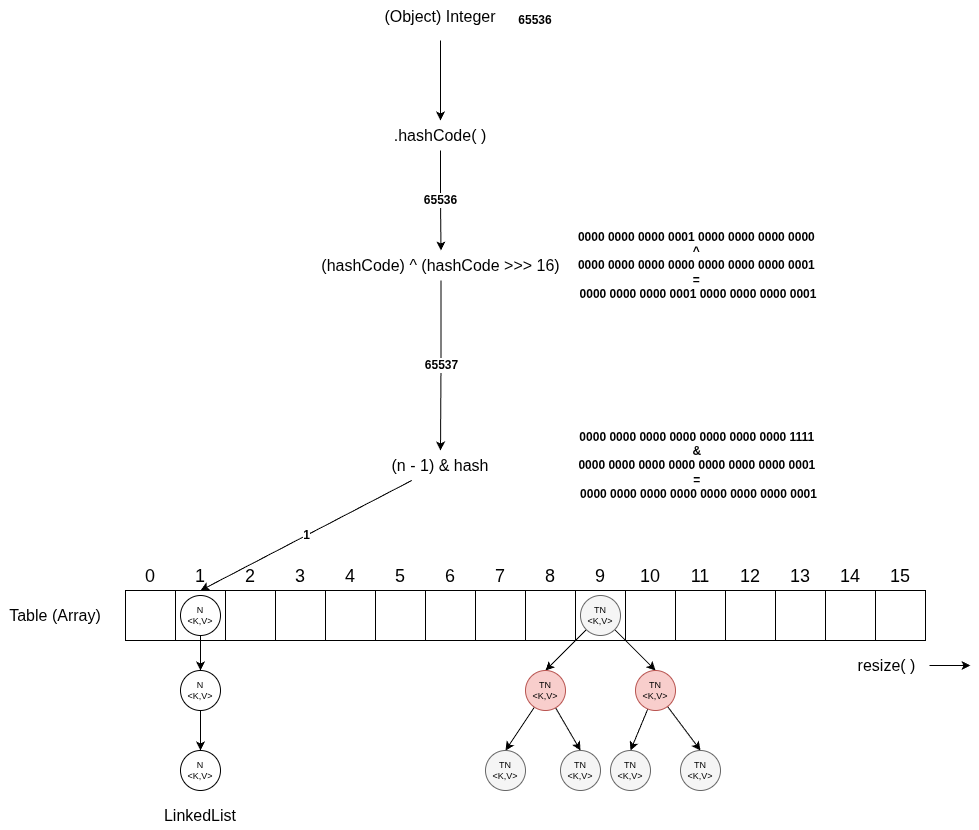
seiichi1101/zenn-content keeps this draw.io diagram as images/kotlin-hashmap/hashmap.png. Above is the earlier version. Source tidied: cells renumbered, new cells last; positions are measured from the earlier drawing's top-left corner, leaving out a move shared by most shapes. The source it was exported from:
```xml
<mxGraphModel>
  <root>
    <mxCell id="0" />
    <mxCell id="1" parent="0" />
    <mxCell id="2" value="0" style="rounded=0;whiteSpace=wrap;html=1;labelPosition=center;verticalLabelPosition=top;align=center;verticalAlign=bottom;fontSize=18;" parent="1" vertex="1">
      <mxGeometry x="125" y="590" width="50" height="50" as="geometry" />
    </mxCell>
    <mxCell id="3" value="1" style="rounded=0;whiteSpace=wrap;html=1;labelPosition=center;verticalLabelPosition=top;align=center;verticalAlign=bottom;fontSize=18;" parent="1" vertex="1">
      <mxGeometry x="175" y="590" width="50" height="50" as="geometry" />
    </mxCell>
    <mxCell id="4" value="2" style="rounded=0;whiteSpace=wrap;html=1;labelPosition=center;verticalLabelPosition=top;align=center;verticalAlign=bottom;fontSize=18;" parent="1" vertex="1">
      <mxGeometry x="225" y="590" width="50" height="50" as="geometry" />
    </mxCell>
    <mxCell id="5" value="3" style="rounded=0;whiteSpace=wrap;html=1;labelPosition=center;verticalLabelPosition=top;align=center;verticalAlign=bottom;fontSize=18;" parent="1" vertex="1">
      <mxGeometry x="275" y="590" width="50" height="50" as="geometry" />
    </mxCell>
    <mxCell id="6" value="4" style="rounded=0;whiteSpace=wrap;html=1;labelPosition=center;verticalLabelPosition=top;align=center;verticalAlign=bottom;fontSize=18;" parent="1" vertex="1">
      <mxGeometry x="325" y="590" width="50" height="50" as="geometry" />
    </mxCell>
    <mxCell id="7" value="5" style="rounded=0;whiteSpace=wrap;html=1;labelPosition=center;verticalLabelPosition=top;align=center;verticalAlign=bottom;fontSize=18;" parent="1" vertex="1">
      <mxGeometry x="375" y="590" width="50" height="50" as="geometry" />
    </mxCell>
    <mxCell id="8" value="6" style="rounded=0;whiteSpace=wrap;html=1;labelPosition=center;verticalLabelPosition=top;align=center;verticalAlign=bottom;fontSize=18;" parent="1" vertex="1">
      <mxGeometry x="425" y="590" width="50" height="50" as="geometry" />
    </mxCell>
    <mxCell id="9" value="7" style="rounded=0;whiteSpace=wrap;html=1;labelPosition=center;verticalLabelPosition=top;align=center;verticalAlign=bottom;fontSize=18;" parent="1" vertex="1">
      <mxGeometry x="475" y="590" width="50" height="50" as="geometry" />
    </mxCell>
    <mxCell id="10" value="8" style="rounded=0;whiteSpace=wrap;html=1;labelPosition=center;verticalLabelPosition=top;align=center;verticalAlign=bottom;fontSize=18;" parent="1" vertex="1">
      <mxGeometry x="525" y="590" width="50" height="50" as="geometry" />
    </mxCell>
    <mxCell id="11" value="9" style="rounded=0;whiteSpace=wrap;html=1;labelPosition=center;verticalLabelPosition=top;align=center;verticalAlign=bottom;fontSize=18;" parent="1" vertex="1">
      <mxGeometry x="575" y="590" width="50" height="50" as="geometry" />
    </mxCell>
    <mxCell id="12" value="10" style="rounded=0;whiteSpace=wrap;html=1;labelPosition=center;verticalLabelPosition=top;align=center;verticalAlign=bottom;fontSize=18;" parent="1" vertex="1">
      <mxGeometry x="625" y="590" width="50" height="50" as="geometry" />
    </mxCell>
    <mxCell id="13" value="11" style="rounded=0;whiteSpace=wrap;html=1;labelPosition=center;verticalLabelPosition=top;align=center;verticalAlign=bottom;fontSize=18;" parent="1" vertex="1">
      <mxGeometry x="675" y="590" width="50" height="50" as="geometry" />
    </mxCell>
    <mxCell id="14" value="12" style="rounded=0;whiteSpace=wrap;html=1;labelPosition=center;verticalLabelPosition=top;align=center;verticalAlign=bottom;fontSize=18;" parent="1" vertex="1">
      <mxGeometry x="725" y="590" width="50" height="50" as="geometry" />
    </mxCell>
    <mxCell id="15" value="13" style="rounded=0;whiteSpace=wrap;html=1;labelPosition=center;verticalLabelPosition=top;align=center;verticalAlign=bottom;fontSize=18;" parent="1" vertex="1">
      <mxGeometry x="775" y="590" width="50" height="50" as="geometry" />
    </mxCell>
    <mxCell id="16" value="14" style="rounded=0;whiteSpace=wrap;html=1;labelPosition=center;verticalLabelPosition=top;align=center;verticalAlign=bottom;fontSize=18;" parent="1" vertex="1">
      <mxGeometry x="825" y="590" width="50" height="50" as="geometry" />
    </mxCell>
    <mxCell id="17" value="15" style="rounded=0;whiteSpace=wrap;html=1;labelPosition=center;verticalLabelPosition=top;align=center;verticalAlign=bottom;fontSize=18;" parent="1" vertex="1">
      <mxGeometry x="875" y="590" width="50" height="50" as="geometry" />
    </mxCell>
    <mxCell id="18" value="Table (Array)" style="text;html=1;whiteSpace=wrap;strokeColor=none;fillColor=none;align=center;verticalAlign=middle;rounded=0;fontSize=16;" parent="1" vertex="1">
      <mxGeometry y="600" width="110" height="30" as="geometry" />
    </mxCell>
    <mxCell id="19" style="edgeStyle=orthogonalEdgeStyle;rounded=0;jettySize=auto;html=1;entryX=0.5;entryY=0;entryDx=0;entryDy=0;" parent="1" edge="1" source="20" target="32">
      <mxGeometry relative="1" as="geometry" />
    </mxCell>
    <mxCell id="20" value="&lt;div&gt;&lt;span style=&quot;background-color: transparent; color: light-dark(rgb(0, 0, 0), rgb(255, 255, 255));&quot;&gt;N&lt;br&gt;&amp;lt;K,V&amp;gt;&lt;/span&gt;&lt;/div&gt;" style="ellipse;whiteSpace=wrap;html=1;fontSize=9;" parent="1" vertex="1">
      <mxGeometry x="180" y="595" width="40" height="40" as="geometry" />
    </mxCell>
    <mxCell id="21" value="65536" style="edgeStyle=orthogonalEdgeStyle;rounded=0;jettySize=auto;html=1;entryX=0.5;entryY=0;entryDx=0;entryDy=0;fontSize=12;fontStyle=1;" parent="1" edge="1" source="22" target="30">
      <mxGeometry relative="1" as="geometry" />
    </mxCell>
    <mxCell id="22" value=".hashCode( )" style="text;html=1;whiteSpace=wrap;strokeColor=none;fillColor=none;align=center;verticalAlign=middle;rounded=0;fontSize=16;" parent="1" vertex="1">
      <mxGeometry x="335" y="120" width="210" height="30" as="geometry" />
    </mxCell>
    <mxCell id="23" style="edgeStyle=orthogonalEdgeStyle;rounded=0;jettySize=auto;html=1;" parent="1" edge="1" source="24">
      <mxGeometry relative="1" as="geometry">
        <mxPoint x="970" y="665" as="targetPoint" />
      </mxGeometry>
    </mxCell>
    <mxCell id="24" value="resize( )" style="text;html=1;whiteSpace=wrap;strokeColor=none;fillColor=none;align=center;verticalAlign=middle;rounded=0;fontSize=16;" parent="1" vertex="1">
      <mxGeometry x="844" y="650" width="85" height="30" as="geometry" />
    </mxCell>
    <mxCell id="25" value="1" style="rounded=0;jettySize=auto;html=1;fontSize=12;fontStyle=1;entryX=0.5;entryY=0;entryDx=0;entryDy=0;" parent="1" edge="1" source="26" target="3">
      <mxGeometry relative="1" as="geometry" />
    </mxCell>
    <mxCell id="26" value="(n - 1) &amp;amp; hash" style="text;html=1;whiteSpace=wrap;strokeColor=none;fillColor=none;align=center;verticalAlign=middle;rounded=0;fontSize=16;" parent="1" vertex="1">
      <mxGeometry x="335" y="450" width="210" height="30" as="geometry" />
    </mxCell>
    <mxCell id="27" style="edgeStyle=orthogonalEdgeStyle;rounded=0;jettySize=auto;html=1;entryX=0.5;entryY=0;entryDx=0;entryDy=0;" parent="1" edge="1" source="28" target="22">
      <mxGeometry relative="1" as="geometry" />
    </mxCell>
    <mxCell id="28" value="&lt;span style=&quot;font-family: Helvetica; font-size: 16px; font-style: normal; font-variant-ligatures: normal; font-variant-caps: normal; font-weight: 400; letter-spacing: normal; orphans: 2; text-indent: 0px; text-transform: none; widows: 2; word-spacing: 0px; -webkit-text-stroke-width: 0px; white-space: normal; text-decoration-thickness: initial; text-decoration-style: initial; text-decoration-color: initial; float: none; display: inline !important;&quot;&gt;&lt;font style=&quot;color: rgb(0, 0, 0);&quot;&gt;(Object) Integer&lt;/font&gt;&lt;/span&gt;" style="text;whiteSpace=wrap;html=1;align=center;" parent="1" vertex="1">
      <mxGeometry x="320" width="240" height="40" as="geometry" />
    </mxCell>
    <mxCell id="29" value="65537" style="edgeStyle=orthogonalEdgeStyle;rounded=0;jettySize=auto;html=1;entryX=0.5;entryY=0;entryDx=0;entryDy=0;fontSize=12;fontStyle=1;" parent="1" edge="1" source="30" target="26">
      <mxGeometry relative="1" as="geometry" />
    </mxCell>
    <mxCell id="30" value="(hashCode) ^ (hashCode &amp;gt;&amp;gt;&amp;gt; 16)" style="text;html=1;whiteSpace=wrap;strokeColor=none;fillColor=none;align=center;verticalAlign=middle;rounded=0;fontSize=16;" parent="1" vertex="1">
      <mxGeometry x="308" y="250" width="265" height="30" as="geometry" />
    </mxCell>
    <mxCell id="31" style="edgeStyle=orthogonalEdgeStyle;rounded=0;jettySize=auto;html=1;entryX=0.5;entryY=0;entryDx=0;entryDy=0;" parent="1" edge="1" source="32" target="33">
      <mxGeometry relative="1" as="geometry" />
    </mxCell>
    <mxCell id="32" value="&lt;div&gt;&lt;span style=&quot;background-color: transparent; color: light-dark(rgb(0, 0, 0), rgb(255, 255, 255));&quot;&gt;N&lt;br&gt;&amp;lt;K,V&amp;gt;&lt;/span&gt;&lt;/div&gt;" style="ellipse;whiteSpace=wrap;html=1;fontSize=9;" parent="1" vertex="1">
      <mxGeometry x="180" y="670" width="40" height="40" as="geometry" />
    </mxCell>
    <mxCell id="33" value="&lt;div&gt;&lt;span style=&quot;background-color: transparent; color: light-dark(rgb(0, 0, 0), rgb(255, 255, 255));&quot;&gt;N&lt;br&gt;&amp;lt;K,V&amp;gt;&lt;/span&gt;&lt;/div&gt;" style="ellipse;whiteSpace=wrap;html=1;fontSize=9;" parent="1" vertex="1">
      <mxGeometry x="180" y="750" width="40" height="40" as="geometry" />
    </mxCell>
    <mxCell id="34" value="LinkedList" style="text;html=1;whiteSpace=wrap;strokeColor=none;fillColor=none;align=center;verticalAlign=middle;rounded=0;fontSize=16;" parent="1" vertex="1">
      <mxGeometry x="145" y="800" width="110" height="30" as="geometry" />
    </mxCell>
    <mxCell id="35" style="rounded=0;jettySize=auto;html=1;entryX=0.5;entryY=0;entryDx=0;entryDy=0;" parent="1" edge="1" source="37" target="40">
      <mxGeometry relative="1" as="geometry" />
    </mxCell>
    <mxCell id="36" style="rounded=0;jettySize=auto;html=1;entryX=0.5;entryY=0;entryDx=0;entryDy=0;" parent="1" edge="1" source="37" target="43">
      <mxGeometry relative="1" as="geometry" />
    </mxCell>
    <mxCell id="37" value="&lt;div&gt;&lt;span style=&quot;background-color: transparent; color: light-dark(rgb(0, 0, 0), rgb(255, 255, 255));&quot;&gt;TN&lt;br&gt;&amp;lt;K,V&amp;gt;&lt;/span&gt;&lt;/div&gt;" style="ellipse;whiteSpace=wrap;html=1;fontSize=9;fillColor=#f5f5f5;strokeColor=#666666;fontColor=#333333;" parent="1" vertex="1">
      <mxGeometry x="580" y="595" width="40" height="40" as="geometry" />
    </mxCell>
    <mxCell id="38" style="rounded=0;jettySize=auto;html=1;entryX=0.5;entryY=0;entryDx=0;entryDy=0;" parent="1" edge="1" source="40" target="44">
      <mxGeometry relative="1" as="geometry" />
    </mxCell>
    <mxCell id="39" style="rounded=0;jettySize=auto;html=1;entryX=0.5;entryY=0;entryDx=0;entryDy=0;" parent="1" edge="1" source="40" target="45">
      <mxGeometry relative="1" as="geometry" />
    </mxCell>
    <mxCell id="40" value="&lt;div&gt;&lt;span style=&quot;background-color: transparent; color: light-dark(rgb(0, 0, 0), rgb(255, 255, 255));&quot;&gt;TN&lt;br&gt;&amp;lt;K,V&amp;gt;&lt;/span&gt;&lt;/div&gt;" style="ellipse;whiteSpace=wrap;html=1;fontSize=9;fillColor=#f8cecc;strokeColor=#b85450;" parent="1" vertex="1">
      <mxGeometry x="525" y="670" width="40" height="40" as="geometry" />
    </mxCell>
    <mxCell id="41" style="rounded=0;jettySize=auto;html=1;entryX=0.5;entryY=0;entryDx=0;entryDy=0;" parent="1" edge="1" source="43" target="46">
      <mxGeometry relative="1" as="geometry" />
    </mxCell>
    <mxCell id="42" style="rounded=0;jettySize=auto;html=1;entryX=0.5;entryY=0;entryDx=0;entryDy=0;" parent="1" edge="1" source="43" target="47">
      <mxGeometry relative="1" as="geometry" />
    </mxCell>
    <mxCell id="43" value="&lt;div&gt;&lt;span style=&quot;background-color: transparent; color: light-dark(rgb(0, 0, 0), rgb(255, 255, 255));&quot;&gt;TN&lt;br&gt;&amp;lt;K,V&amp;gt;&lt;/span&gt;&lt;/div&gt;" style="ellipse;whiteSpace=wrap;html=1;fontSize=9;fillColor=#f8cecc;strokeColor=#b85450;" parent="1" vertex="1">
      <mxGeometry x="635" y="670" width="40" height="40" as="geometry" />
    </mxCell>
    <mxCell id="44" value="&lt;div&gt;&lt;span style=&quot;background-color: transparent; color: light-dark(rgb(0, 0, 0), rgb(255, 255, 255));&quot;&gt;TN&lt;br&gt;&amp;lt;K,V&amp;gt;&lt;/span&gt;&lt;/div&gt;" style="ellipse;whiteSpace=wrap;html=1;fontSize=9;fillColor=#f5f5f5;strokeColor=#666666;fontColor=#333333;" parent="1" vertex="1">
      <mxGeometry x="485" y="750" width="40" height="40" as="geometry" />
    </mxCell>
    <mxCell id="45" value="&lt;div&gt;&lt;span style=&quot;background-color: transparent; color: light-dark(rgb(0, 0, 0), rgb(255, 255, 255));&quot;&gt;TN&lt;br&gt;&amp;lt;K,V&amp;gt;&lt;/span&gt;&lt;/div&gt;" style="ellipse;whiteSpace=wrap;html=1;fontSize=9;fillColor=#f5f5f5;strokeColor=#666666;fontColor=#333333;" parent="1" vertex="1">
      <mxGeometry x="560" y="750" width="40" height="40" as="geometry" />
    </mxCell>
    <mxCell id="46" value="&lt;div&gt;&lt;span style=&quot;background-color: transparent; color: light-dark(rgb(0, 0, 0), rgb(255, 255, 255));&quot;&gt;TN&lt;br&gt;&amp;lt;K,V&amp;gt;&lt;/span&gt;&lt;/div&gt;" style="ellipse;whiteSpace=wrap;html=1;fontSize=9;fillColor=#f5f5f5;strokeColor=#666666;fontColor=#333333;" parent="1" vertex="1">
      <mxGeometry x="610" y="750" width="40" height="40" as="geometry" />
    </mxCell>
    <mxCell id="47" value="&lt;div&gt;&lt;span style=&quot;background-color: transparent; color: light-dark(rgb(0, 0, 0), rgb(255, 255, 255));&quot;&gt;TN&lt;br&gt;&amp;lt;K,V&amp;gt;&lt;/span&gt;&lt;/div&gt;" style="ellipse;whiteSpace=wrap;html=1;fontSize=9;fillColor=#f5f5f5;strokeColor=#666666;fontColor=#333333;" parent="1" vertex="1">
      <mxGeometry x="680" y="750" width="40" height="40" as="geometry" />
    </mxCell>
    <mxCell id="48" value="&lt;div&gt;0000 0000 0000 0001 0000 0000 0000 0000&amp;nbsp;&lt;/div&gt;&lt;div&gt;^&amp;nbsp;&lt;/div&gt;&lt;div&gt;0000 0000 0000 0000 0000 0000 0000 0001&amp;nbsp;&lt;/div&gt;&lt;div&gt;=&amp;nbsp;&lt;/div&gt;&lt;div&gt;0000 0000 0000 0001 0000 0000 0000 0001&lt;/div&gt;" style="text;html=1;whiteSpace=wrap;strokeColor=none;fillColor=none;align=center;verticalAlign=middle;rounded=0;fontSize=12;fontStyle=1;" parent="1" vertex="1">
      <mxGeometry x="573" y="225" width="250" height="80" as="geometry" />
    </mxCell>
    <mxCell id="49" value="&lt;div&gt;0000 0000 0000 0000 0000 0000 0000 1111&amp;nbsp;&lt;/div&gt;&lt;div&gt;&amp;amp;&amp;nbsp;&lt;/div&gt;&lt;div&gt;0000 0000 0000 0000 0000 0000 0000 0001&amp;nbsp;&lt;/div&gt;&lt;div&gt;=&amp;nbsp;&lt;/div&gt;&lt;div&gt;0000 0000 0000 0000 0000 0000 0000 0001&lt;/div&gt;" style="text;html=1;whiteSpace=wrap;strokeColor=none;fillColor=none;align=center;verticalAlign=middle;rounded=0;fontSize=12;fontStyle=1;" parent="1" vertex="1">
      <mxGeometry x="550.5" y="450" width="295" height="30" as="geometry" />
    </mxCell>
    <mxCell id="50" value="65536" style="text;html=1;whiteSpace=wrap;strokeColor=none;fillColor=none;align=center;verticalAlign=middle;rounded=0;fontSize=12;fontStyle=1;" parent="1" vertex="1">
      <mxGeometry x="505" y="5" width="60" height="30" as="geometry" />
    </mxCell>
  </root>
</mxGraphModel>
```
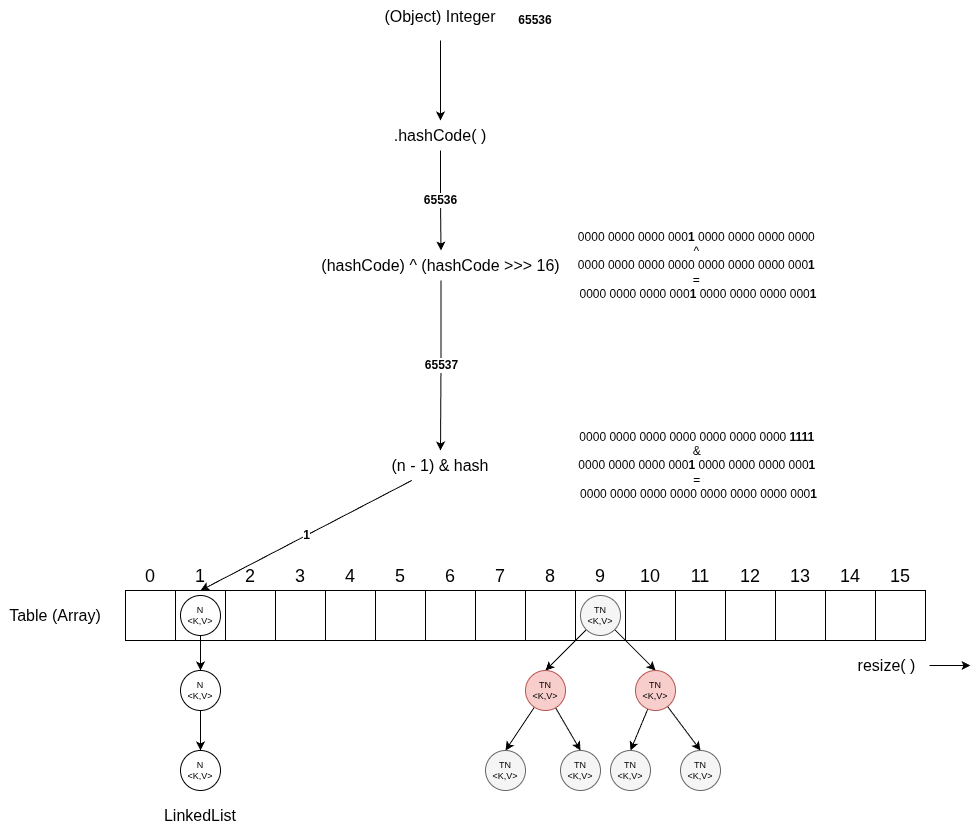
Later version of the same file.

Diff of the diagram source:
```diff
@@ -142,10 +142,10 @@
     <mxCell id="47" value="&lt;div&gt;&lt;span style=&quot;background-color: transparent; color: light-dark(rgb(0, 0, 0), rgb(255, 255, 255));&quot;&gt;TN&lt;br&gt;&amp;lt;K,V&amp;gt;&lt;/span&gt;&lt;/div&gt;" style="ellipse;whiteSpace=wrap;html=1;fontSize=9;fillColor=#f5f5f5;strokeColor=#666666;fontColor=#333333;" parent="1" vertex="1">
       <mxGeometry x="680" y="750" width="40" height="40" as="geometry" />
     </mxCell>
-    <mxCell id="48" value="&lt;div&gt;0000 0000 0000 0001 0000 0000 0000 0000&amp;nbsp;&lt;/div&gt;&lt;div&gt;^&amp;nbsp;&lt;/div&gt;&lt;div&gt;0000 0000 0000 0000 0000 0000 0000 0001&amp;nbsp;&lt;/div&gt;&lt;div&gt;=&amp;nbsp;&lt;/div&gt;&lt;div&gt;0000 0000 0000 0001 0000 0000 0000 0001&lt;/div&gt;" style="text;html=1;whiteSpace=wrap;strokeColor=none;fillColor=none;align=center;verticalAlign=middle;rounded=0;fontSize=12;fontStyle=1;" parent="1" vertex="1">
+    <mxCell id="48" value="&lt;div&gt;0000 0000 0000 000&lt;b&gt;1&lt;/b&gt; 0000 0000 0000 0000&amp;nbsp;&lt;/div&gt;&lt;div&gt;^&amp;nbsp;&lt;/div&gt;&lt;div&gt;0000 0000 0000 0000 0000 0000 0000 000&lt;b&gt;1&lt;/b&gt;&amp;nbsp;&lt;/div&gt;&lt;div&gt;=&amp;nbsp;&lt;/div&gt;&lt;div&gt;0000 0000 0000 000&lt;b&gt;1&lt;/b&gt; 0000 0000 0000 000&lt;b&gt;1&lt;/b&gt;&lt;/div&gt;" style="text;html=1;whiteSpace=wrap;strokeColor=none;fillColor=none;align=center;verticalAlign=middle;rounded=0;fontSize=12;fontStyle=0;" parent="1" vertex="1">
       <mxGeometry x="573" y="225" width="250" height="80" as="geometry" />
     </mxCell>
-    <mxCell id="49" value="&lt;div&gt;0000 0000 0000 0000 0000 0000 0000 1111&amp;nbsp;&lt;/div&gt;&lt;div&gt;&amp;amp;&amp;nbsp;&lt;/div&gt;&lt;div&gt;0000 0000 0000 0000 0000 0000 0000 0001&amp;nbsp;&lt;/div&gt;&lt;div&gt;=&amp;nbsp;&lt;/div&gt;&lt;div&gt;0000 0000 0000 0000 0000 0000 0000 0001&lt;/div&gt;" style="text;html=1;whiteSpace=wrap;strokeColor=none;fillColor=none;align=center;verticalAlign=middle;rounded=0;fontSize=12;fontStyle=1;" parent="1" vertex="1">
+    <mxCell id="49" value="&lt;div&gt;0000 0000 0000 0000 0000 0000 0000 &lt;b&gt;1111&lt;/b&gt;&amp;nbsp;&lt;/div&gt;&lt;div&gt;&amp;amp;&amp;nbsp;&lt;/div&gt;&lt;div&gt;0000 0000 0000 000&lt;b&gt;1&lt;/b&gt; 0000 0000 0000 000&lt;b&gt;1&lt;/b&gt;&amp;nbsp;&lt;/div&gt;&lt;div&gt;=&amp;nbsp;&lt;/div&gt;&lt;div&gt;0000 0000 0000 0000 0000 0000 0000 000&lt;b&gt;1&lt;/b&gt;&lt;/div&gt;" style="text;html=1;whiteSpace=wrap;strokeColor=none;fillColor=none;align=center;verticalAlign=middle;rounded=0;fontSize=12;fontStyle=0;" parent="1" vertex="1">
       <mxGeometry x="550.5" y="450" width="295" height="30" as="geometry" />
     </mxCell>
     <mxCell id="50" value="65536" style="text;html=1;whiteSpace=wrap;strokeColor=none;fillColor=none;align=center;verticalAlign=middle;rounded=0;fontSize=12;fontStyle=1;" parent="1" vertex="1">
```
